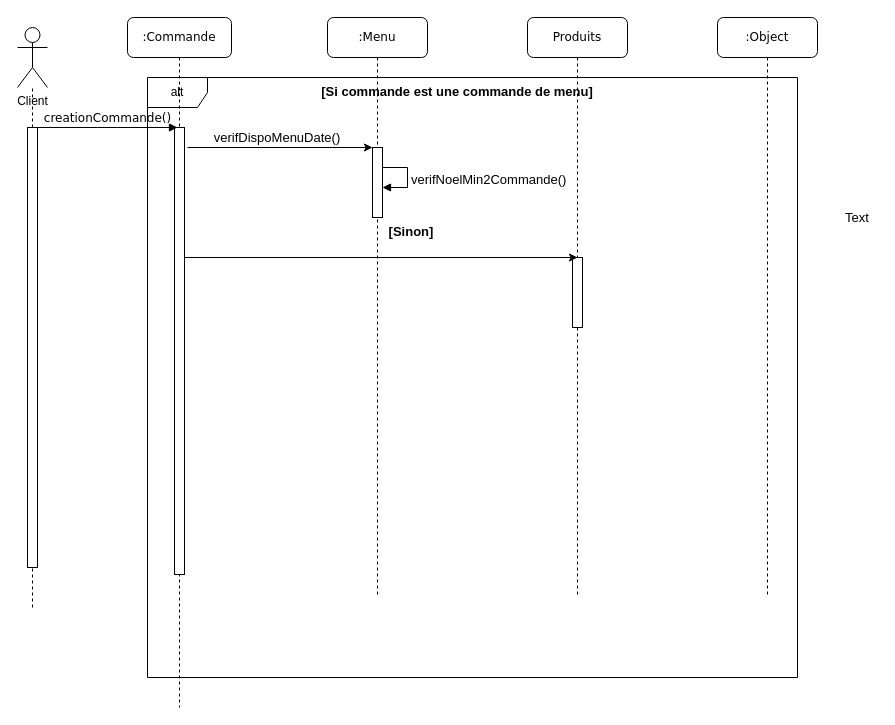
NHatim/aca keeps this draw.io diagram as diagramme_dinteraction.drawio. Above is the earlier version. Source tidied: cells renumbered, new cells numbered last; positions are measured from the earlier drawing's top-left corner, leaving out a move shared by most shapes. Both pictures are drawn from the tidied source at 100%, with x=0, y=0 at pixel (17, 17).
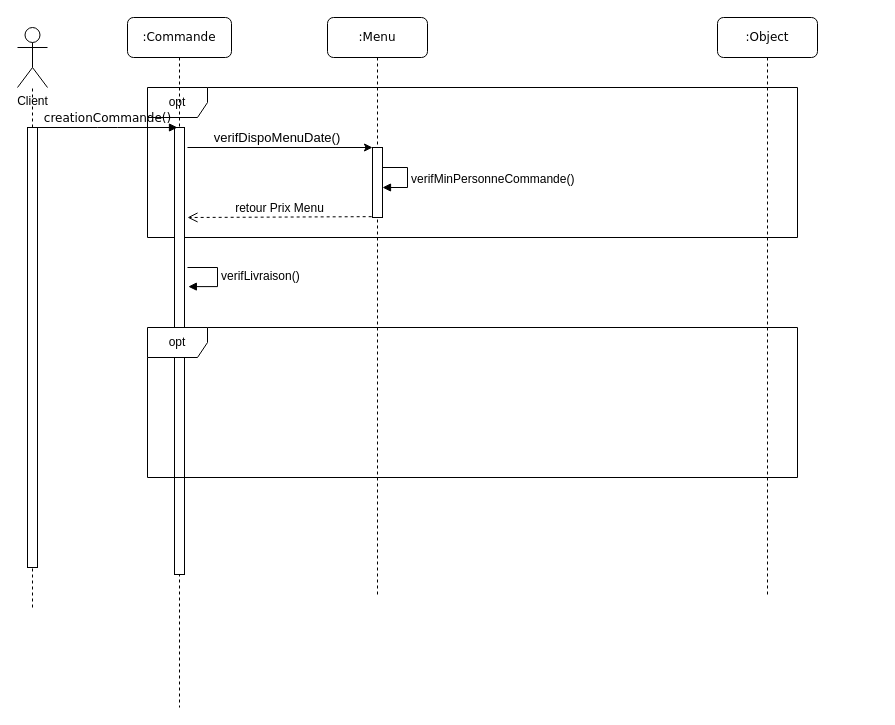
Above is the later version.

Unchanged cells that the change refers to:
```xml
<mxCell id="4" style="html=1;points=[];perimeter=orthogonalPerimeter;rounded=0;shadow=0;comic=0;labelBackgroundColor=none;strokeWidth=1;fontFamily=Verdana;fontSize=12;align=center;" parent="3" vertex="1">
  <mxGeometry x="47" y="110" width="10" height="447" as="geometry" />
</mxCell>
<mxCell id="6" style="html=1;points=[];perimeter=orthogonalPerimeter;rounded=0;shadow=0;comic=0;labelBackgroundColor=none;strokeWidth=1;fontFamily=Verdana;fontSize=12;align=center;" parent="5" vertex="1">
  <mxGeometry x="45" y="130" width="10" height="70" as="geometry" />
</mxCell>
```

The edit, as a diff of the source:
```diff
@@
-    <mxCell id="2" value="alt" style="shape=umlFrame;whiteSpace=wrap;html=1;" parent="1" vertex="1">
-      <mxGeometry x="130" y="60" width="650" height="600" as="geometry" />
+    <mxCell id="2" value="opt" style="shape=umlFrame;whiteSpace=wrap;html=1;" parent="1" vertex="1">
+      <mxGeometry x="130" y="70" width="650" height="150" as="geometry" />
     </mxCell>
@@
-    <mxCell id="7" value="Produits" style="shape=umlLifeline;perimeter=lifelinePerimeter;whiteSpace=wrap;html=1;rounded=1;shadow=0;comic=0;labelBackgroundColor=none;strokeWidth=1;fontFamily=Verdana;fontSize=12;align=center;" parent="1" vertex="1">
-      <mxGeometry x="510" width="100" height="580" as="geometry" />
-    </mxCell>
-    <mxCell id="8" style="html=1;perimeter=orthogonalPerimeter;rounded=0;shadow=0;comic=0;labelBackgroundColor=none;strokeWidth=1;fontFamily=Verdana;fontSize=12;align=center;" parent="7" vertex="1">
-      <mxGeometry x="45" y="240" width="10" height="70" as="geometry" />
-    </mxCell>
@@
-    <mxCell id="15" value="[Sinon]" style="text;align=center;fontStyle=1;verticalAlign=middle;spacingLeft=3;spacingRight=3;strokeColor=none;fontSize=13;" parent="1" vertex="1">
-      <mxGeometry x="354" y="200" width="80" height="26" as="geometry" />
-    </mxCell>
@@
-    <mxCell id="17" value="[Si commande est une commande de menu]" style="text;align=center;fontStyle=1;verticalAlign=middle;spacingLeft=3;spacingRight=3;strokeColor=none;fontSize=13;" parent="1" vertex="1">
-      <mxGeometry x="400" y="60" width="80" height="26" as="geometry" />
-    </mxCell>
@@
-    <mxCell id="19" value="Text" style="text;html=1;strokeColor=none;fillColor=none;align=center;verticalAlign=middle;whiteSpace=wrap;rounded=0;fontSize=13;" parent="1" vertex="1">
-      <mxGeometry x="820" y="190" width="40" height="20" as="geometry" />
-    </mxCell>
-    <mxCell id="20" style="endArrow=classic;html=1;fontSize=13;" parent="1" edge="1" source="4">
-      <mxGeometry relative="1" as="geometry">
-        <mxPoint x="560" y="240" as="targetPoint" />
-      </mxGeometry>
-    </mxCell>
-    <mxCell id="21" value="verifNoelMin2Commande()" style="edgeStyle=orthogonalEdgeStyle;html=1;align=left;spacingLeft=2;endArrow=block;rounded=0;entryX=1;entryY=0;fontSize=13;" parent="1" edge="1">
+    <mxCell id="21" value="verifMinPersonneCommande()" style="edgeStyle=orthogonalEdgeStyle;html=1;align=left;spacingLeft=2;endArrow=block;rounded=0;entryX=1;entryY=0;fontSize=12;" parent="1" edge="1">
       <mxGeometry x="0.07" relative="1" as="geometry">
         <mxPoint x="365" y="150" as="sourcePoint" />
         <mxPoint x="365" y="170" as="targetPoint" />
         <Array as="points">
           <mxPoint x="390" y="150" />
         </Array>
       </mxGeometry>
     </mxCell>
+    <mxCell id="22" value="retour Prix Menu" style="html=1;verticalAlign=bottom;endArrow=open;dashed=1;endSize=8;fontSize=12;exitX=-0.083;exitY=0.988;exitDx=0;exitDy=0;exitPerimeter=0;" parent="1" edge="1" source="6">
+      <mxGeometry relative="1" as="geometry">
+        <mxPoint x="170" y="200" as="targetPoint" />
+      </mxGeometry>
+    </mxCell>
+    <mxCell id="23" value="verifLivraison()" style="edgeStyle=orthogonalEdgeStyle;html=1;align=left;spacingLeft=2;endArrow=block;rounded=0;entryX=1.383;entryY=0.356;fontSize=12;entryDx=0;entryDy=0;entryPerimeter=0;" parent="1" edge="1" target="4">
+      <mxGeometry relative="1" as="geometry">
+        <mxPoint x="170" y="250" as="sourcePoint" />
+        <Array as="points">
+          <mxPoint x="200" y="250" />
+          <mxPoint x="200" y="269" />
+        </Array>
+      </mxGeometry>
+    </mxCell>
+    <mxCell id="24" value="opt" style="shape=umlFrame;whiteSpace=wrap;html=1;" parent="1" vertex="1">
+      <mxGeometry x="130" y="310" width="650" height="150" as="geometry" />
+    </mxCell>
```
